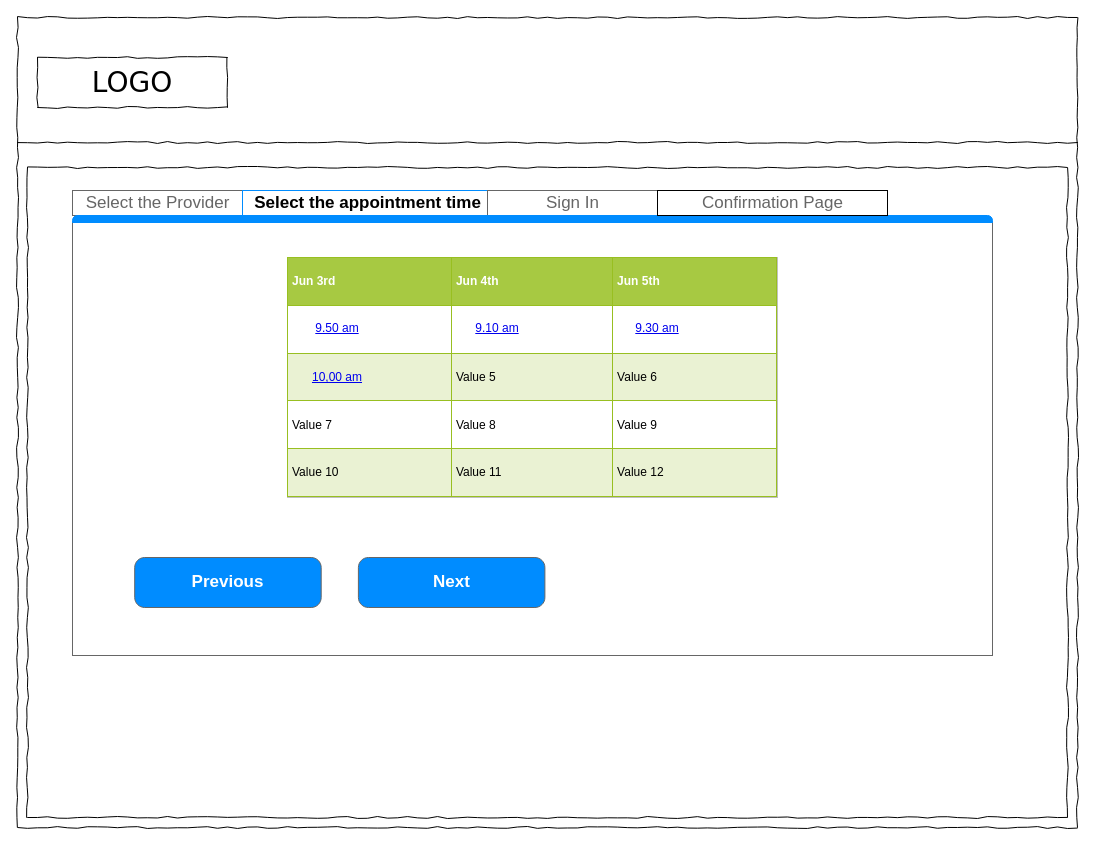
Above: Select the appointment time.drawio in Janani-Manoharan/CovidDots (draw.io), before the change. Source tidied: cells renumbered, new cells numbered last; positions are measured from the earlier drawing's top-left corner, leaving out a move shared by most shapes. Both pictures are drawn from the tidied source at 100%, with x=0, y=0 at pixel (17, 17).
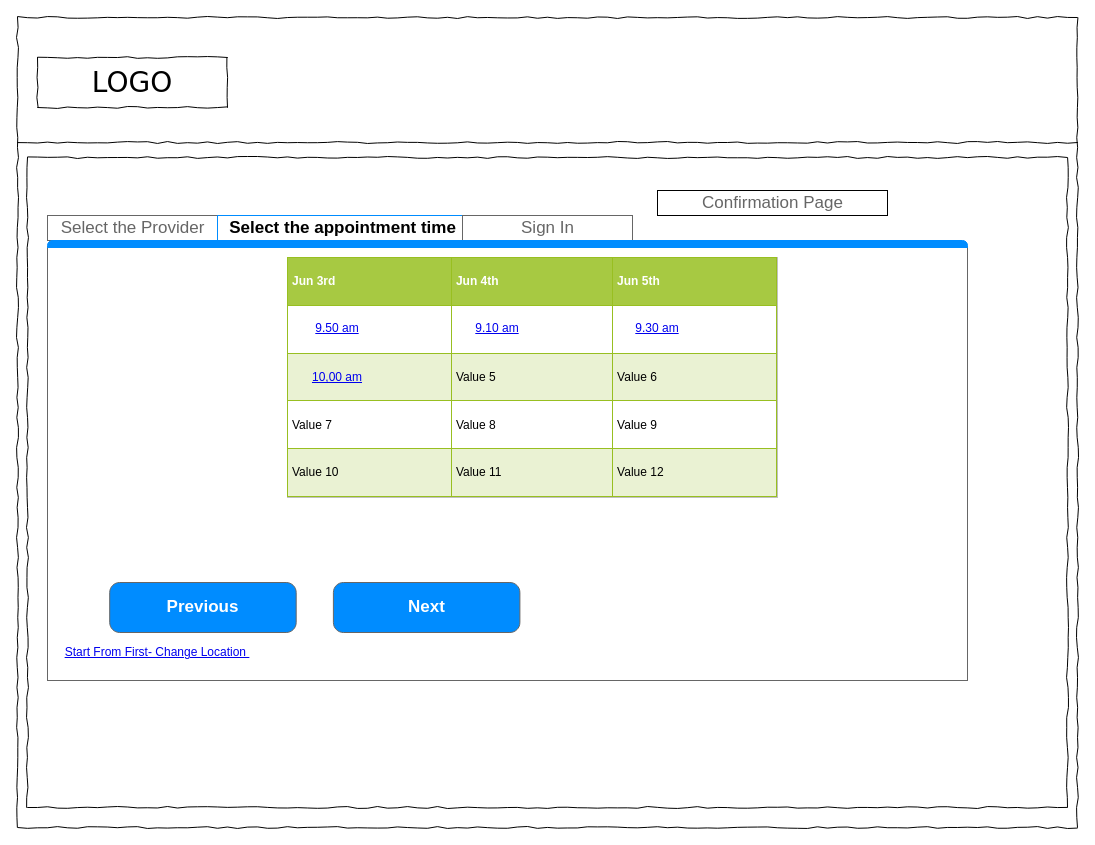
The same diagram, later.

What changed in the source:
```diff
@@
     <mxCell id="4" style="whiteSpace=wrap;html=1;rounded=0;shadow=0;labelBackgroundColor=none;strokeWidth=1;fillColor=none;fontFamily=Verdana;fontSize=12;align=center;comic=1;" parent="1" vertex="1">
-      <mxGeometry x="10" y="150" width="1040" height="650" as="geometry" />
+      <mxGeometry x="10" y="140" width="1040" height="650" as="geometry" />
     </mxCell>
@@
     <mxCell id="6" style="strokeWidth=1;shadow=0;dashed=0;align=center;html=1;shape=mxgraph.mockup.containers.marginRect2;rectMarginTop=32;strokeColor=#666666;gradientColor=none;" parent="1" vertex="1">
-      <mxGeometry x="55" y="173" width="920" height="465" as="geometry" />
+      <mxGeometry x="30" y="198" width="920" height="465" as="geometry" />
     </mxCell>
@@
+    <mxCell id="19" value="Start From First- Change Location&amp;nbsp;" style="text;html=1;strokeColor=none;fillColor=none;whiteSpace=wrap;align=center;verticalAlign=middle;fontColor=#0000EE;fontStyle=4;" parent="6" vertex="1">
+      <mxGeometry x="-20" y="417" width="260" height="40" as="geometry" />
+    </mxCell>
```
